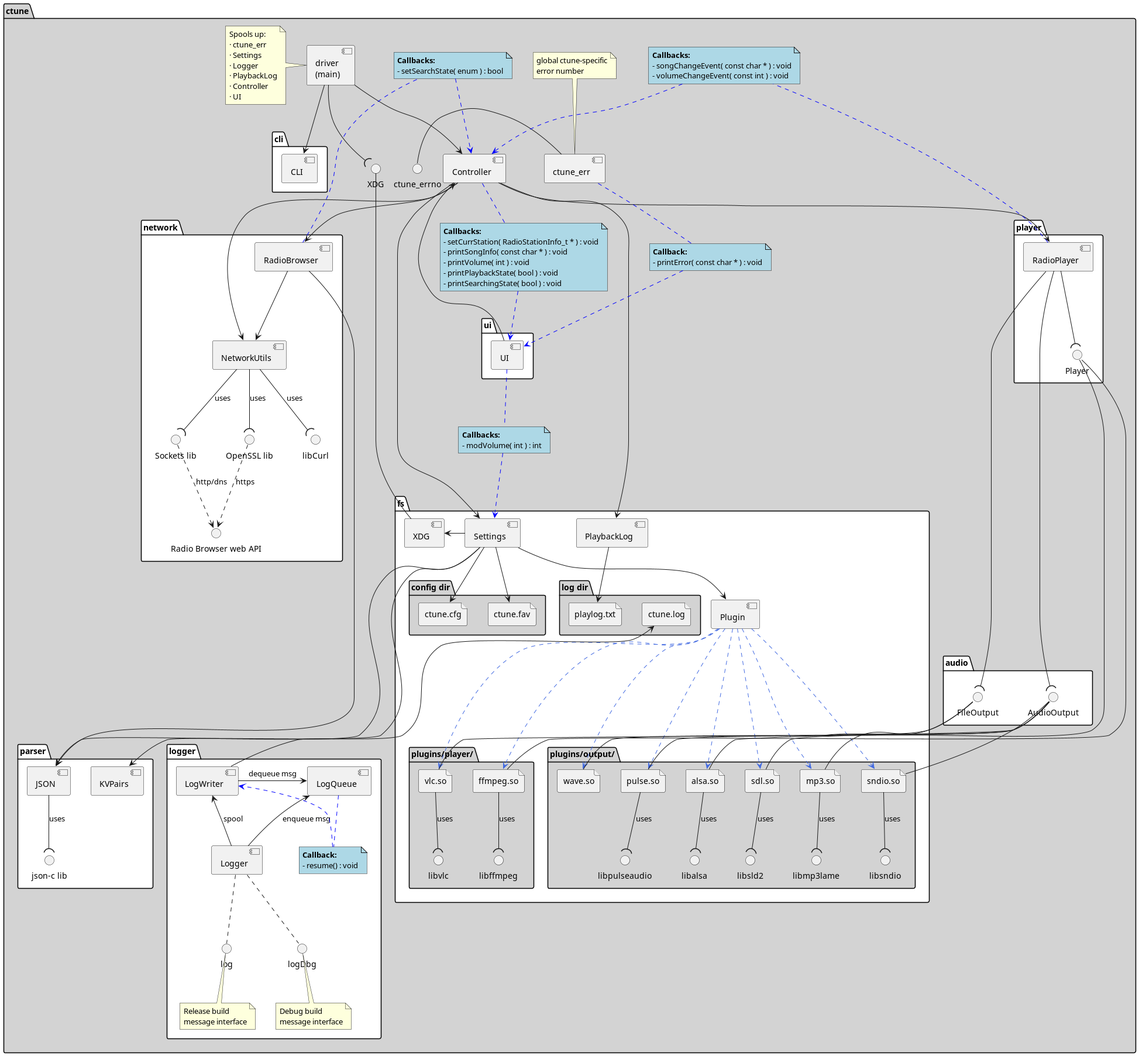
Above: docs/design/ctune_core.png in An7ar35/ctune (PlantUML), before the change.
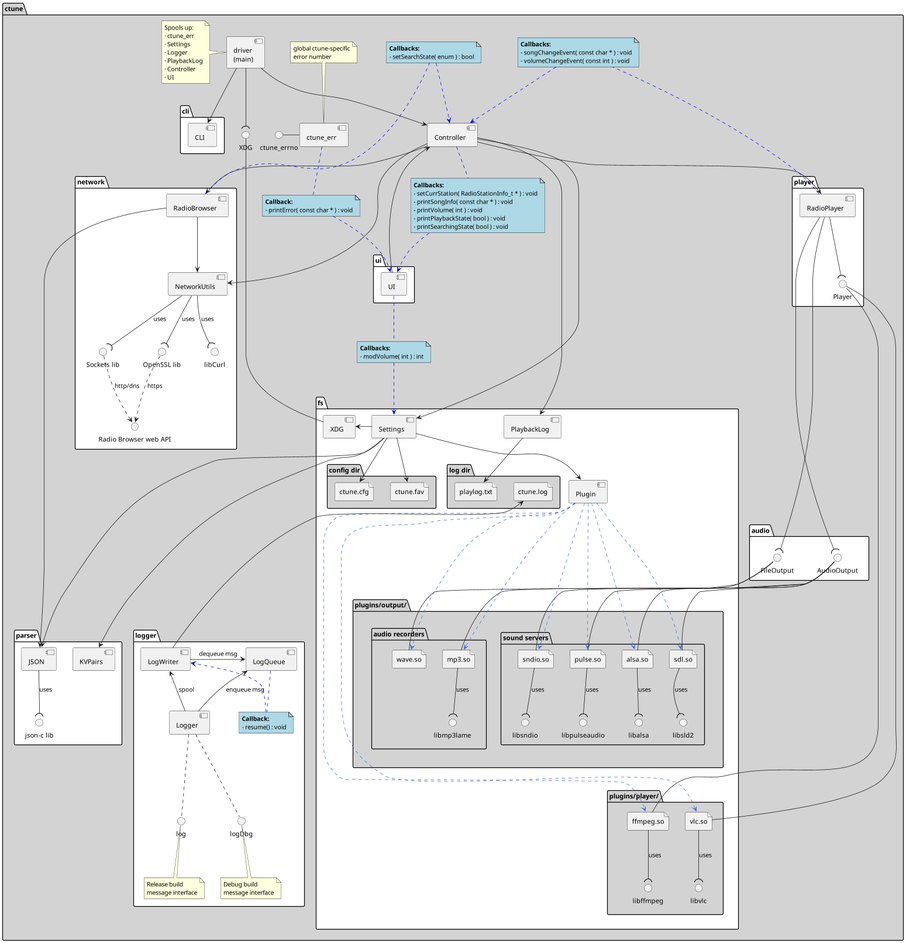
Above is the later version.

What changed in the source:
```diff
@@ -34,34 +34,43 @@
         component Plugin
 
         package "plugins/player/" as plugins_in #lightgrey {
-            file      ffmpeg.so
-            file      vlc.so
+            file      "ffmpeg.so" as ffmpeg_plugin
+            file      "vlc.so" as vlc_plugin
             interface libffmpeg
             interface libvlc
 
-            ffmpeg.so -down-( libffmpeg : uses
-            vlc.so    -down-( libvlc : uses
+            ffmpeg_plugin -down-( libffmpeg : uses
+            vlc_plugin    -down-( libvlc : uses
         }
 
         package "plugins/output/" as plugins_out #lightgrey {
-            file pulse.so
-            file alsa.so
-            file sdl.so
-            file sndio.so
-            file wave.so
-            file mp3.so
+            package "sound servers" as sound_servers {
+                file "pulse.so" as pulse_plugin
+                file "alsa.so" as alsa_plugin
+                file "sdl.so" as sdl_plugin
+                file "sndio.so" as sndio_plugin
 
-            interface libalsa
-            interface libpulseaudio
-            interface libsld2
-            interface libmp3lame
+                interface libalsa
+                interface libpulseaudio
+                interface libsld2
+                interface libsndio
+            }
 
-            pulse.so -down-( libpulseaudio : uses
-            alsa.so -down-( libalsa : uses
-            sdl.so -down-( libsld2 : uses
-            sndio.so -down-( libsndio : uses
-            mp3.so -down-( libmp3lame : uses
+            package "audio recorders" as audio_recorders {
+                file "wave.so" as wave_plugin
+                file "mp3.so" as mp3_plugin
+
+                interface libmp3lame
+            }
+
+            pulse_plugin -down-( libpulseaudio : uses
+            alsa_plugin -down-( libalsa : uses
+            sdl_plugin -down-( libsld2 : uses
+            sndio_plugin -down-( libsndio : uses
+            mp3_plugin -down-( libmp3lame : uses
         }
+
+        plugins_out -[hidden]- plugins_in
 
         package "config dir" #lightgrey {
             file cfgfile as "ctune.cfg"
@@ -73,14 +82,14 @@
             file logfile as "ctune.log"
         }
 
-        Plugin .[#RoyalBlue]..> ffmpeg.so
-        Plugin .[#RoyalBlue]..> vlc.so
-        Plugin .[#RoyalBlue]..> pulse.so
-        Plugin .[#RoyalBlue]..> alsa.so
-        Plugin .[#RoyalBlue]..> sdl.so
-        Plugin .[#RoyalBlue]..> sndio.so
-        Plugin .[#RoyalBlue]..> wave.so
-        Plugin .[#RoyalBlue]..> mp3.so
+        Plugin .[#RoyalBlue]..> ffmpeg_plugin
+        Plugin .[#RoyalBlue]..> vlc_plugin
+        Plugin .[#RoyalBlue]..> pulse_plugin
+        Plugin .[#RoyalBlue]..> alsa_plugin
+        Plugin .[#RoyalBlue]..> sdl_plugin
+        Plugin .[#RoyalBlue]..> sndio_plugin
+        Plugin .[#RoyalBlue]..> wave_plugin
+        Plugin .[#RoyalBlue]..> mp3_plugin
 
         Settings -> XDG
         Settings -down-> cfgfile
@@ -94,12 +103,16 @@
         interface FileOutput
     }
 
-    AudioOutput -- pulse.so
-    AudioOutput -- alsa.so
-    AudioOutput -- sdl.so
-    AudioOutput -- sndio.so
-    FileOutput  -- mp3.so
-    FileOutput  -- wave.so
+    audio_recorders -down[hidden]-- plugins_in
+    plugins_in -left[hidden]- plugins_out
+
+
+    AudioOutput -- pulse_plugin
+    AudioOutput -- alsa_plugin
+    AudioOutput -- sdl_plugin
+    AudioOutput -- sndio_plugin
+    FileOutput  -- mp3_plugin
+    FileOutput  -- wave_plugin
 
     package player #white {
         component RadioPlayer
@@ -108,8 +121,8 @@
         RadioPlayer -down-( Player
     }
 
-    Player -- ffmpeg.so
-    Player -- vlc.so
+    Player -- ffmpeg_plugin
+    Player -- vlc_plugin
     RadioPlayer --( AudioOutput
     RadioPlayer --( FileOutput
 
```
